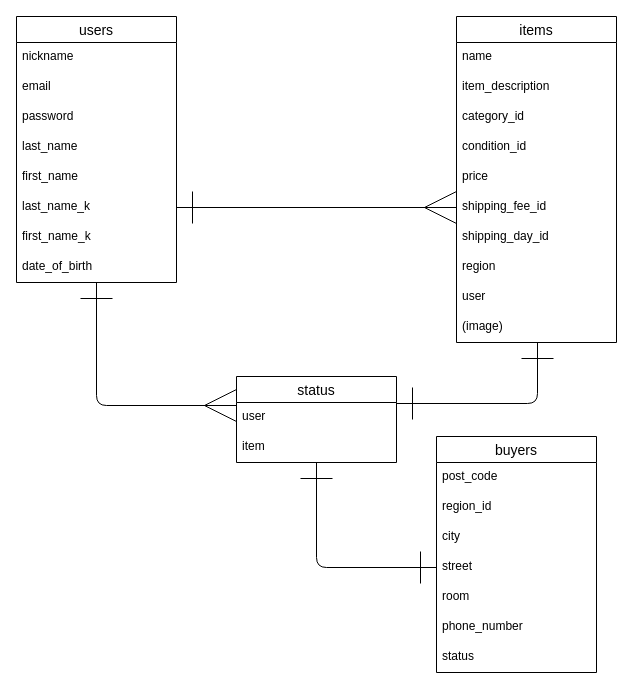
Matsuphy/furima-41680 keeps this draw.io diagram as ER.dio. Above is the earlier version. Source tidied: cells renumbered, new cells numbered last; positions are measured from the earlier drawing's top-left corner, leaving out a move shared by most shapes. Both pictures are drawn from the tidied source at 100%, with x=0, y=0 at pixel (16, 16).
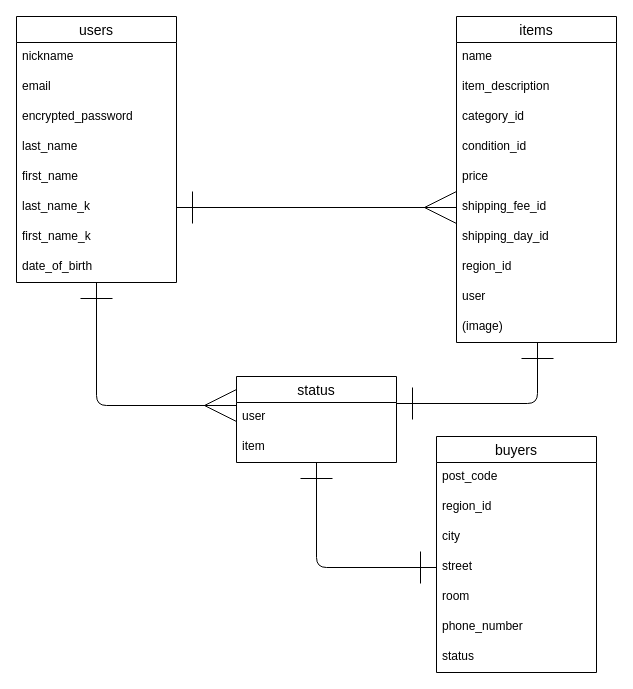
The same diagram, later.

Commit message:
データベース設計V2_ERV2

Unchanged cells that the change refers to:
```xml
<mxCell id="3" value="users" style="swimlane;fontStyle=0;horizontal=1;startSize=26;align=center;fontSize=14;" parent="1" vertex="1">
  <mxGeometry width="160" height="266" as="geometry" />
</mxCell>
<mxCell id="12" value="items" style="swimlane;fontStyle=0;horizontal=1;startSize=26;align=center;fontSize=14;" parent="1" vertex="1">
  <mxGeometry x="440" width="160" height="326" as="geometry" />
</mxCell>
```

Change to the diagram source:
```diff
@@
-    <mxCell id="6" value="password" style="text;strokeColor=none;fillColor=none;spacingLeft=4;spacingRight=4;overflow=hidden;fontSize=12;" parent="3" vertex="1">
+    <mxCell id="6" value="encrypted_password" style="text;strokeColor=none;fillColor=none;spacingLeft=4;spacingRight=4;overflow=hidden;fontSize=12;" parent="3" vertex="1">
       <mxGeometry y="86" width="160" height="30" as="geometry" />
     </mxCell>
@@
-    <mxCell id="20" value="region" style="text;strokeColor=none;fillColor=none;spacingLeft=4;spacingRight=4;overflow=hidden;fontSize=12;" parent="12" vertex="1">
+    <mxCell id="20" value="region_id" style="text;strokeColor=none;fillColor=none;spacingLeft=4;spacingRight=4;overflow=hidden;fontSize=12;" parent="12" vertex="1">
       <mxGeometry y="236" width="160" height="30" as="geometry" />
     </mxCell>
```
